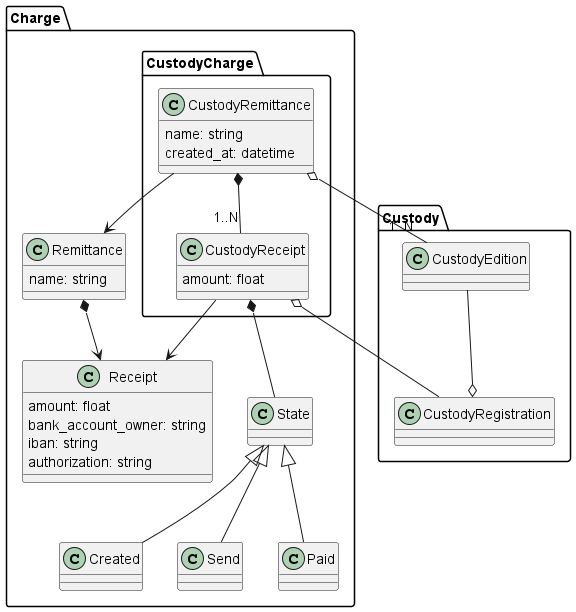
Before: doc/DomainModelDiagram/ChargePackage/Custody/Custody.png, a diagram exported from PlantUML (IgnacioMaestro/ampa-manager). The source it was exported from:
```plantuml
@startuml
package Charge{
    package CustodyCharge{
        class CustodyRemittance{
            name: string
            created_at: datetime
        }
        class CustodyReceipt {
            amount: float
        }
    }

    class State
    class Created
    class Send
    class Paid
    State <|-- Created
    State <|-- Send
    State <|-- Paid

    class Remittance {
        name: string
    }
    class Receipt {
        amount: float
        bank_account_owner: string
        iban: string
        authorization: string
    }

    Remittance *--> Receipt

    CustodyReceipt --> Receipt
    CustodyRemittance --> Remittance

    CustodyReceipt *-- State
    CustodyRemittance *-- "1..N" CustodyReceipt
}

package Custody{
    class CustodyEdition
    class CustodyRegistration
}
CustodyRemittance o-- "1..N" CustodyEdition
CustodyReceipt o-- CustodyRegistration
CustodyEdition --o CustodyRegistration
@enduml
```
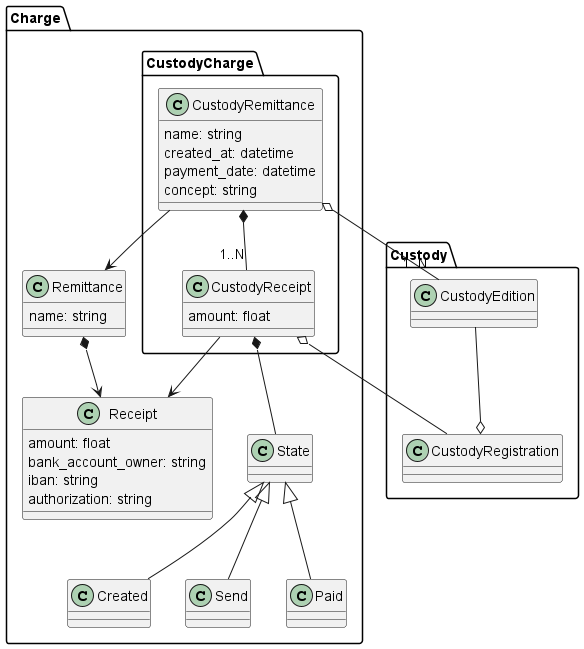
Later version of the same file.

Commit message:
feat: add doc for Camps and Custody

The edit, as a diff of the source:
```diff
@@ -4,6 +4,8 @@
         class CustodyRemittance{
             name: string
             created_at: datetime
+            payment_date: datetime
+            concept: string
         }
         class CustodyReceipt {
             amount: float
```
